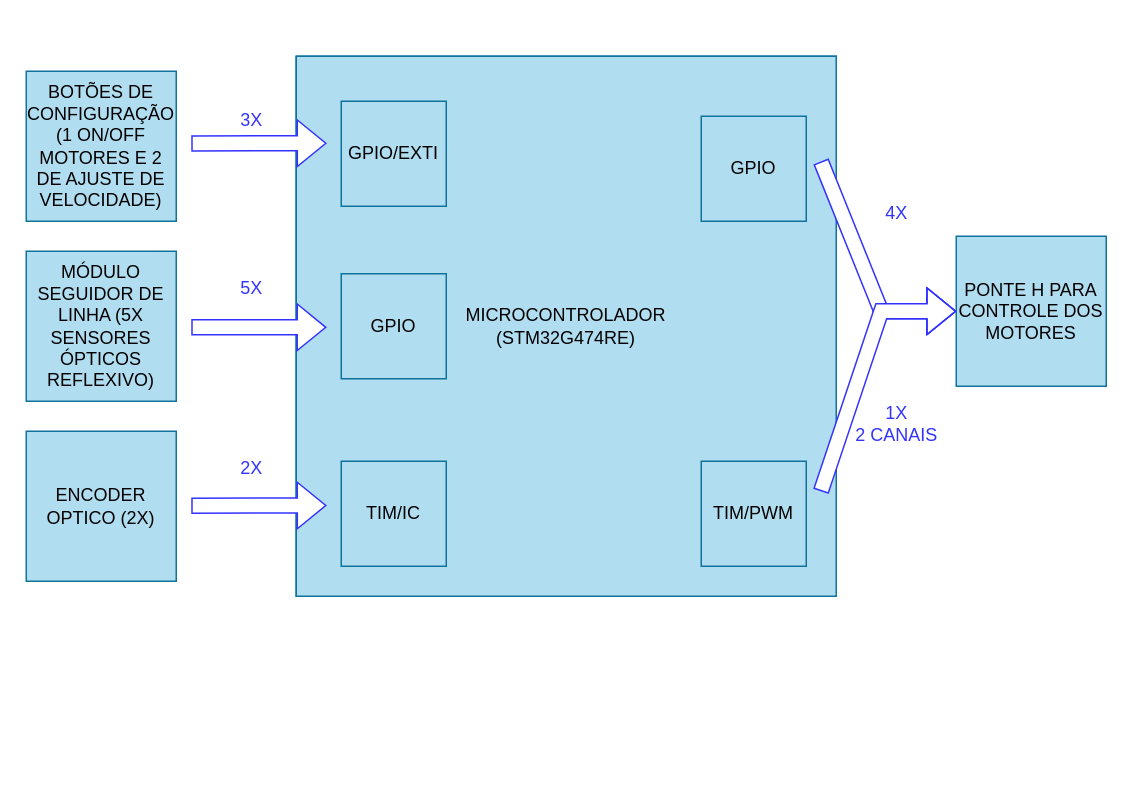
Before: Diagrama de Blocos.drawio in gabrielhaj/ES070, a draw.io diagram. Source tidied: cells renumbered, new cells numbered last; positions are measured from the earlier drawing's top-left corner, leaving out a move shared by most shapes. Both pictures are drawn from the tidied source at 150%, with x=0, y=0 at pixel (26, 56).
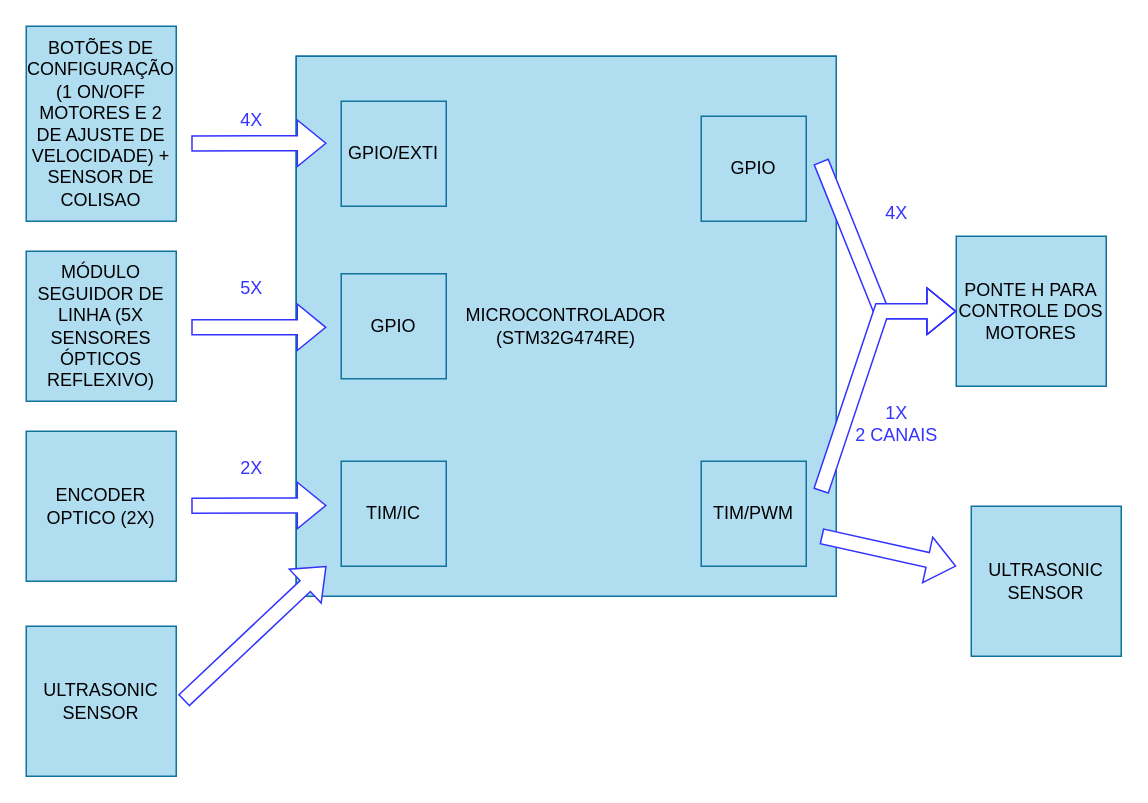
After the change.

Unchanged cells that the change refers to:
```xml
<mxCell id="7" value="&lt;div&gt;MICROCONTROLADOR&lt;/div&gt;&lt;div&gt;(STM32G474RE)&lt;br&gt;&lt;/div&gt;" style="whiteSpace=wrap;html=1;fillColor=#b1ddf0;strokeColor=#10739e;" parent="6" vertex="1">
  <mxGeometry width="360" height="360" as="geometry" />
</mxCell>
```

What changed in the source:
```diff
@@
-    <mxCell id="2" value="&lt;div&gt;BOTÕES DE CONFIGURAÇÃO&lt;/div&gt;&lt;div&gt;(1 ON/OFF MOTORES E 2 DE AJUSTE DE VELOCIDADE)&lt;br&gt;&lt;/div&gt;" style="text;html=1;strokeColor=#10739e;fillColor=#b1ddf0;align=center;verticalAlign=middle;whiteSpace=wrap;rounded=0;" parent="1" vertex="1">
-      <mxGeometry y="10" width="100" height="100" as="geometry" />
+    <mxCell id="2" value="&lt;div&gt;BOTÕES DE CONFIGURAÇÃO&lt;/div&gt;&lt;div&gt;(1 ON/OFF MOTORES E 2 DE AJUSTE DE VELOCIDADE) + SENSOR DE COLISAO&lt;br&gt;&lt;/div&gt;" style="text;html=1;strokeColor=#10739e;fillColor=#b1ddf0;align=center;verticalAlign=middle;whiteSpace=wrap;rounded=0;" parent="1" vertex="1">
+      <mxGeometry y="-20" width="100" height="130" as="geometry" />
     </mxCell>
@@
-    <mxCell id="15" value="&lt;font color=&quot;#3333ff&quot;&gt;3X&lt;/font&gt;" style="text;html=1;align=center;verticalAlign=middle;strokeColor=none;fillColor=none;" parent="1" vertex="1">
+    <mxCell id="15" value="&lt;font color=&quot;#3333ff&quot;&gt;4X&lt;/font&gt;" style="text;html=1;align=center;verticalAlign=middle;strokeColor=none;fillColor=none;" parent="1" vertex="1">
       <mxGeometry x="130" y="28" width="40" height="30" as="geometry" />
     </mxCell>
@@
+    <mxCell id="23" value="ULTRASONIC SENSOR" style="text;html=1;strokeColor=#10739e;fillColor=#b1ddf0;align=center;verticalAlign=middle;whiteSpace=wrap;rounded=0;" parent="1" vertex="1">
+      <mxGeometry y="380" width="100" height="100" as="geometry" />
+    </mxCell>
+    <mxCell id="24" style="shape=flexArrow;endArrow=classic;html=1;rounded=0;entryX=0.056;entryY=0.944;entryDx=0;entryDy=0;entryPerimeter=0;fillColor=default;strokeColor=#3333FF;" parent="1" edge="1" target="7">
+      <mxGeometry relative="1" as="geometry">
+        <mxPoint x="104.9" y="429.6" as="sourcePoint" />
+      </mxGeometry>
+    </mxCell>
+    <mxCell id="25" style="shape=flexArrow;endArrow=classic;html=1;rounded=0;fillColor=default;strokeColor=#3333FF;" parent="1" edge="1">
+      <mxGeometry relative="1" as="geometry">
+        <mxPoint x="530" y="320" as="sourcePoint" />
+        <mxPoint x="620" y="340" as="targetPoint" />
+      </mxGeometry>
+    </mxCell>
+    <mxCell id="26" value="ULTRASONIC SENSOR" style="text;html=1;strokeColor=#10739e;fillColor=#b1ddf0;align=center;verticalAlign=middle;whiteSpace=wrap;rounded=0;" parent="1" vertex="1">
+      <mxGeometry x="630" y="300" width="100" height="100" as="geometry" />
+    </mxCell>
```
